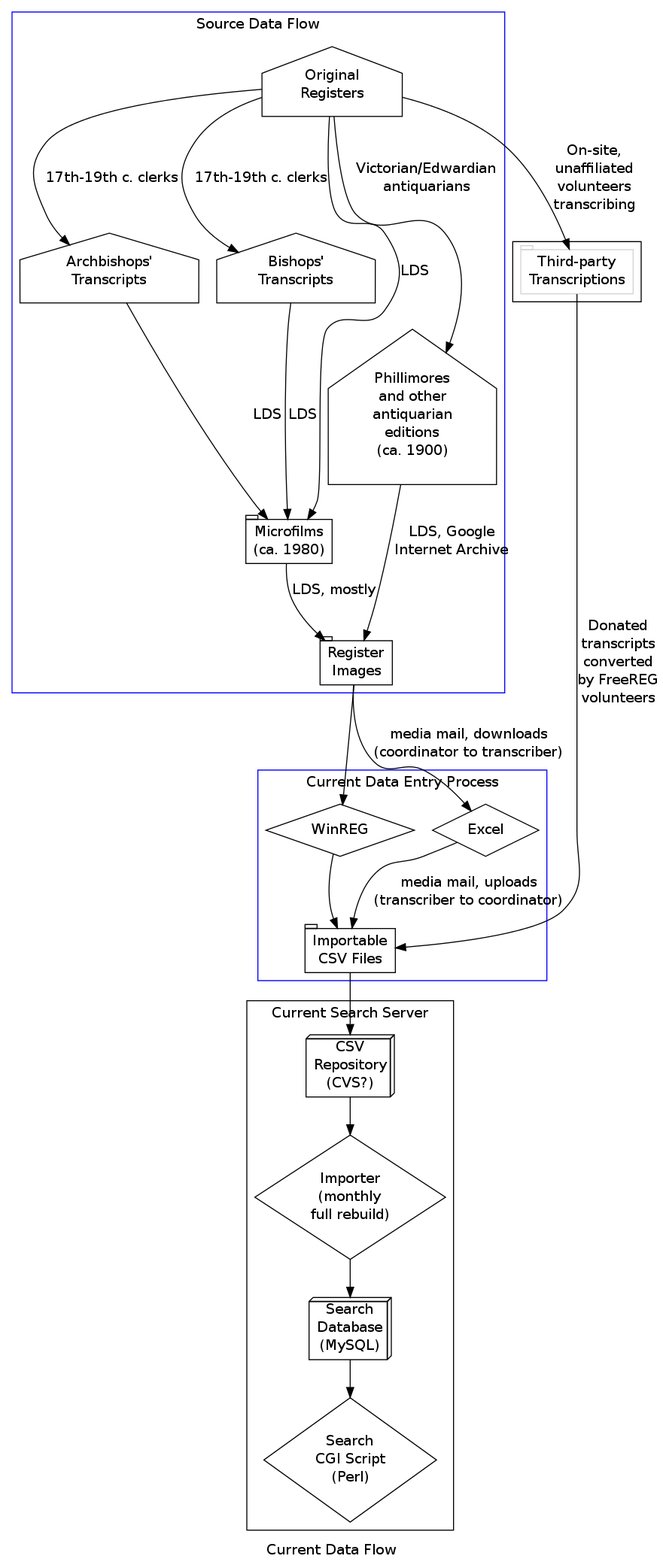
FreeUKGen/MyopicVicar keeps this Graphviz diagram as doc/design/data_flow/approach/current2.png. Above is the earlier version. Its source is kept beside it as doc/design/data_flow/approach/current2.dot.
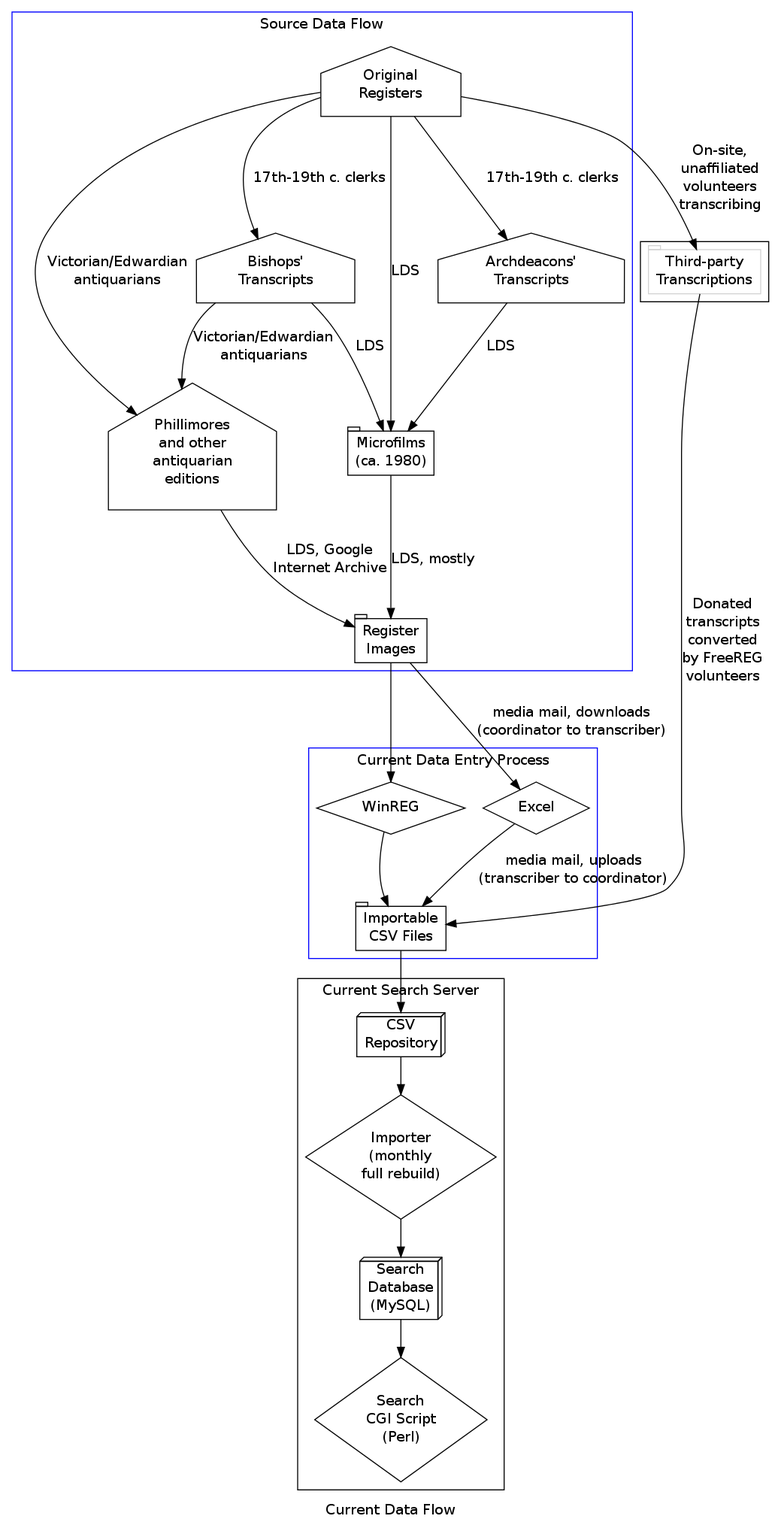
After the change.

Change to the diagram source:
```diff
@@ -7,9 +7,10 @@
 
 		registers [label="Original\nRegisters",shape="house"];
 		bt_registers [label="Bishops'\nTranscripts",shape="house"];
-		at_registers [label="Archbishops'\nTranscripts",shape="house"];
-		phillimores [label="Phillimores\nand other\nantiquarian\neditions\n(ca. 1900)",shape="house"];
+		at_registers [label="Archdeacons'\nTranscripts",shape="house"];
+		phillimores [label="Phillimores\nand other\nantiquarian\neditions",shape="house"];
 		registers->phillimores [label="Victorian/Edwardian\nantiquarians"];
+		bt_registers->phillimores [label="Victorian/Edwardian\nantiquarians"];
 		registers->bt_registers [label="17th-19th c. clerks"];
 		registers->at_registers [label="17th-19th c. clerks"];
 		microfilms [label="Microfilms\n(ca. 1980)",shape="tab"];
@@ -46,7 +47,7 @@
 
 
 	subgraph cluster_0 {
-		csvrepository [label="CSV\nRepository\n(CVS?)",shape="box3d"];
+		csvrepository [label="CSV\nRepository",shape="box3d"];
 		importer [label="Importer\n(monthly\nfull rebuild)",shape="diamond"];
 		database [label="Search\nDatabase\n(MySQL)",shape="box3d"];
 		search [label="Search\nCGI Script\n(Perl)",shape="diamond"];
```
